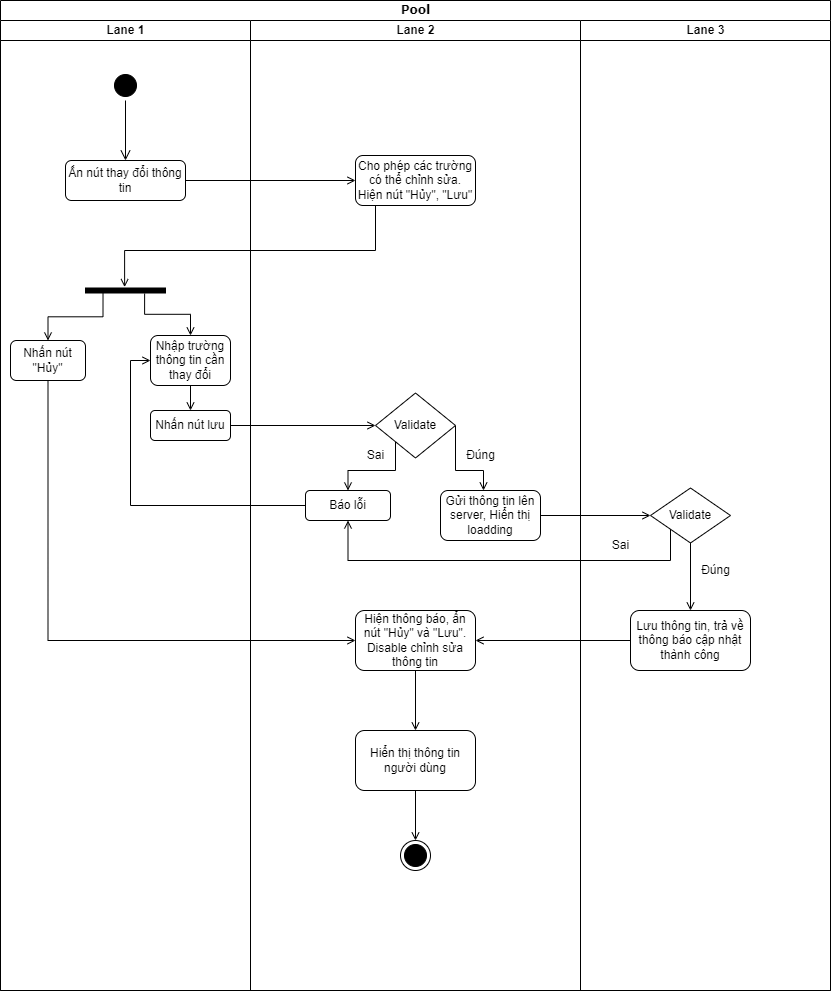
kienndhn/draw-io keeps this draw.io diagram as activity diagram/thay đổi thông tin.drawio.png. Above is the earlier version. Source tidied: cells renumbered, new cells last; positions are measured from the earlier drawing's top-left corner, leaving out a move shared by most shapes.
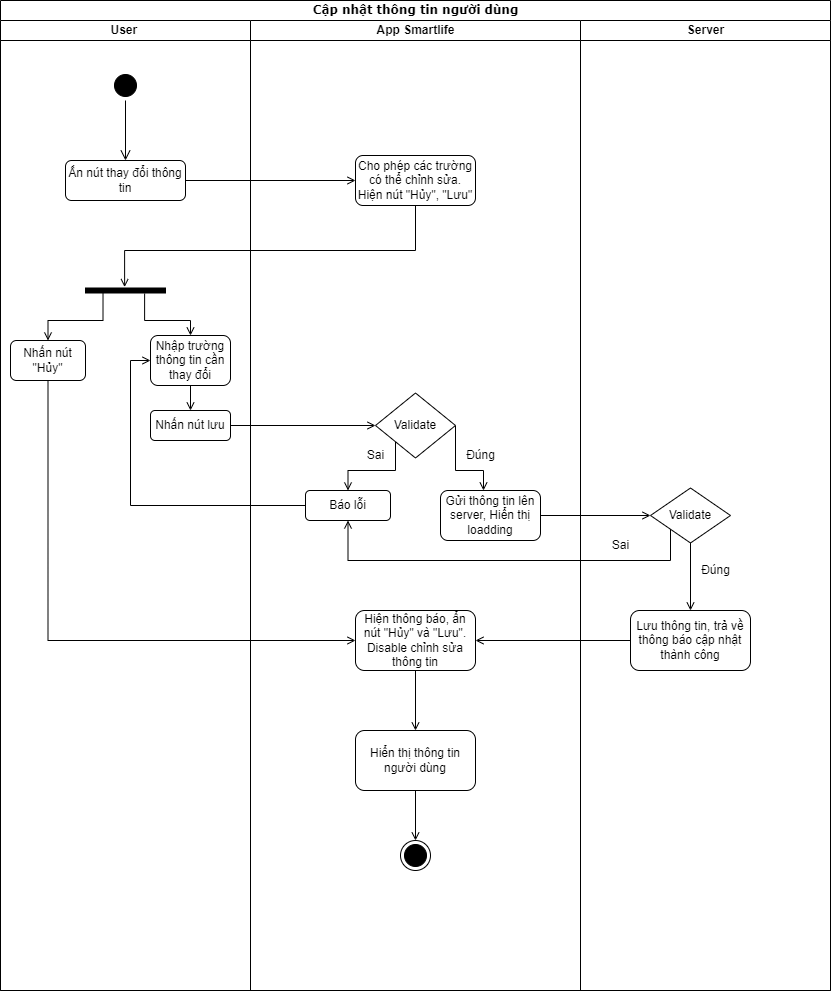
After the commit.

Diff of the diagram source:
```diff
@@ -2,10 +2,10 @@
   <root>
     <mxCell id="0" />
     <mxCell id="1" parent="0" />
-    <mxCell id="2" value="Pool" style="swimlane;html=1;startSize=20;rounded=0;shadow=0;comic=0;labelBackgroundColor=none;strokeWidth=1;fontFamily=Verdana;fontSize=12;align=center;" parent="1" vertex="1">
+    <mxCell id="2" value="Cập nhật thông tin người dùng" style="swimlane;html=1;startSize=20;rounded=0;shadow=0;comic=0;labelBackgroundColor=none;strokeWidth=1;fontFamily=Verdana;fontSize=12;align=center;" parent="1" vertex="1">
       <mxGeometry width="830" height="990" as="geometry" />
     </mxCell>
-    <mxCell id="3" value="Lane 1" style="swimlane;html=1;startSize=20;" parent="2" vertex="1">
+    <mxCell id="3" value="User&amp;nbsp;" style="swimlane;html=1;startSize=20;" parent="2" vertex="1">
       <mxGeometry y="20" width="250" height="970" as="geometry" />
     </mxCell>
     <mxCell id="4" style="ellipse;html=1;shape=startState;fillColor=#000000;strokeColor=#000000;" parent="3" vertex="1">
@@ -18,10 +18,20 @@
       <mxGeometry x="65" y="140" width="120" height="40" as="geometry" />
     </mxCell>
     <mxCell id="7" style="edgeStyle=orthogonalEdgeStyle;rounded=0;jettySize=auto;html=1;entryX=0.5;entryY=0;entryDx=0;entryDy=0;strokeColor=#000000;strokeWidth=1;endArrow=open;endFill=0;exitX=0.94;exitY=0.781;exitDx=0;exitDy=0;exitPerimeter=0;" parent="3" edge="1" source="9" target="10">
-      <mxGeometry relative="1" as="geometry" />
+      <mxGeometry relative="1" as="geometry">
+        <Array as="points">
+          <mxPoint x="103" y="300" />
+          <mxPoint x="48" y="300" />
+        </Array>
+      </mxGeometry>
     </mxCell>
     <mxCell id="8" style="edgeStyle=orthogonalEdgeStyle;rounded=0;jettySize=auto;html=1;entryX=0.5;entryY=0;entryDx=0;entryDy=0;strokeColor=#000000;strokeWidth=1;endArrow=open;endFill=0;exitX=1.1;exitY=0.261;exitDx=0;exitDy=0;exitPerimeter=0;" parent="3" edge="1" source="9" target="11">
-      <mxGeometry relative="1" as="geometry" />
+      <mxGeometry relative="1" as="geometry">
+        <Array as="points">
+          <mxPoint x="144" y="300" />
+          <mxPoint x="190" y="300" />
+        </Array>
+      </mxGeometry>
     </mxCell>
     <mxCell id="9" style="html=1;points=[];perimeter=orthogonalPerimeter;fillColor=strokeColor;strokeColor=#000000;rotation=90;" parent="3" vertex="1">
       <mxGeometry x="122.5" y="230" width="5" height="80" as="geometry" />
@@ -38,7 +48,7 @@
     <mxCell id="13" style="edgeStyle=orthogonalEdgeStyle;rounded=0;jettySize=auto;html=1;strokeColor=#000000;strokeWidth=1;endArrow=open;endFill=0;" parent="3" edge="1" source="11" target="12">
       <mxGeometry relative="1" as="geometry" />
     </mxCell>
-    <mxCell id="14" value="Lane 2" style="swimlane;html=1;startSize=20;" parent="2" vertex="1">
+    <mxCell id="14" value="App Smartlife" style="swimlane;html=1;startSize=20;" parent="2" vertex="1">
       <mxGeometry x="250" y="20" width="330" height="970" as="geometry" />
     </mxCell>
     <mxCell id="15" value="Cho phép các trường có thể chỉnh sửa. Hiện nút &quot;Hủy&quot;, &quot;Lưu&quot;" style="rounded=1;whiteSpace=wrap;html=1;strokeColor=#000000;" parent="14" vertex="1">
@@ -93,7 +103,7 @@
     <mxCell id="28" style="edgeStyle=orthogonalEdgeStyle;rounded=0;jettySize=auto;html=1;entryX=0;entryY=0.5;entryDx=0;entryDy=0;strokeColor=#000000;strokeWidth=1;endArrow=open;endFill=0;exitX=1;exitY=0.5;exitDx=0;exitDy=0;" parent="2" edge="1" source="12" target="20">
       <mxGeometry relative="1" as="geometry" />
     </mxCell>
-    <mxCell id="29" value="Lane 3" style="swimlane;html=1;startSize=20;" parent="2" vertex="1">
+    <mxCell id="29" value="Server" style="swimlane;html=1;startSize=20;" parent="2" vertex="1">
       <mxGeometry x="580" y="20" width="250" height="970" as="geometry" />
     </mxCell>
     <mxCell id="30" style="edgeStyle=orthogonalEdgeStyle;rounded=0;jettySize=auto;html=1;entryX=0.5;entryY=0;entryDx=0;entryDy=0;strokeColor=#000000;strokeWidth=1;endArrow=open;endFill=0;" parent="29" edge="1" source="31" target="32">
@@ -114,10 +124,10 @@
     <mxCell id="35" style="edgeStyle=orthogonalEdgeStyle;rounded=0;jettySize=auto;html=1;strokeColor=#000000;entryX=0;entryY=0.5;entryDx=0;entryDy=0;endArrow=open;endFill=0;" parent="2" edge="1" source="6" target="15">
       <mxGeometry relative="1" as="geometry" />
     </mxCell>
-    <mxCell id="36" style="edgeStyle=orthogonalEdgeStyle;rounded=0;jettySize=auto;html=1;strokeColor=#000000;endArrow=open;endFill=0;entryX=-0.18;entryY=0.511;entryDx=0;entryDy=0;entryPerimeter=0;" parent="2" edge="1" source="15" target="9">
+    <mxCell id="36" style="edgeStyle=orthogonalEdgeStyle;rounded=0;jettySize=auto;html=1;strokeColor=#000000;endArrow=open;endFill=0;entryX=-0.18;entryY=0.511;entryDx=0;entryDy=0;entryPerimeter=0;exitX=0.5;exitY=1;exitDx=0;exitDy=0;" parent="2" edge="1" source="15" target="9">
       <mxGeometry relative="1" as="geometry">
         <Array as="points">
-          <mxPoint x="375" y="250" />
+          <mxPoint x="415" y="250" />
           <mxPoint x="124" y="250" />
         </Array>
       </mxGeometry>
```
